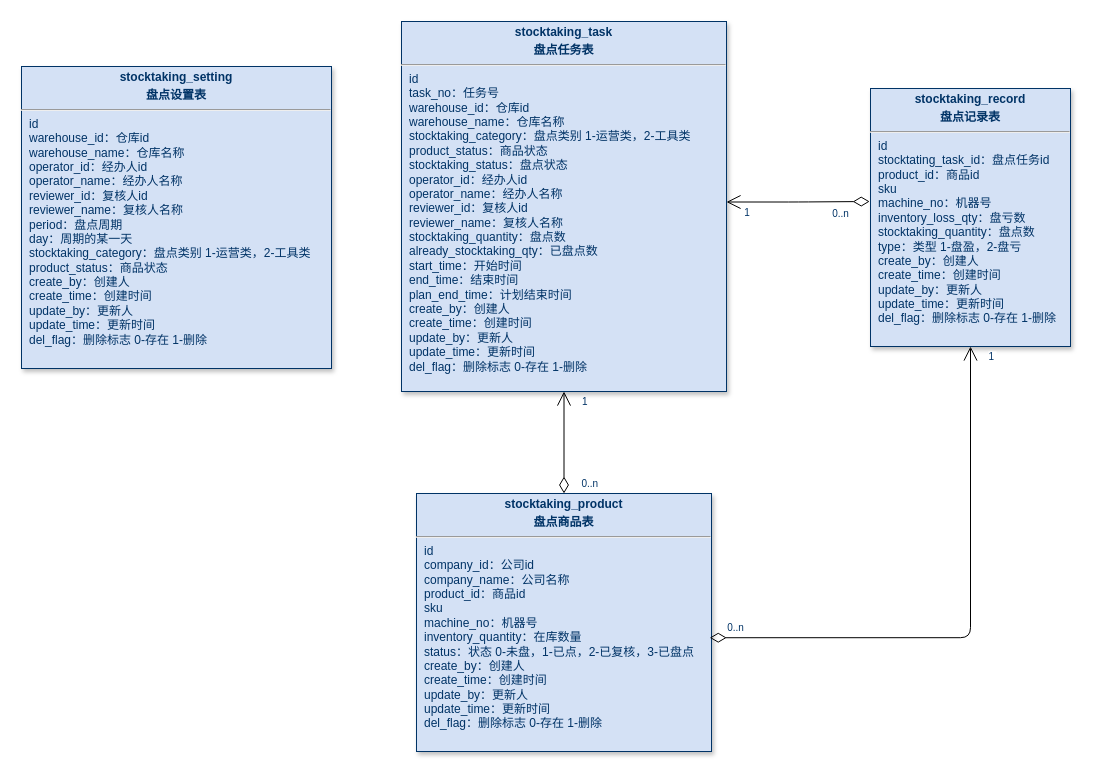
Above: page "第 2 页" (3 of 3) of zq-2.3.0.drawio in KNAI-I/test (draw.io), before the change. Source tidied: cells renumbered, new cells numbered last; positions are measured from the earlier drawing's top-left corner, leaving out a move shared by most shapes. Both pictures are drawn from the tidied source at 100%, with x=0, y=0 at pixel (21, 21).
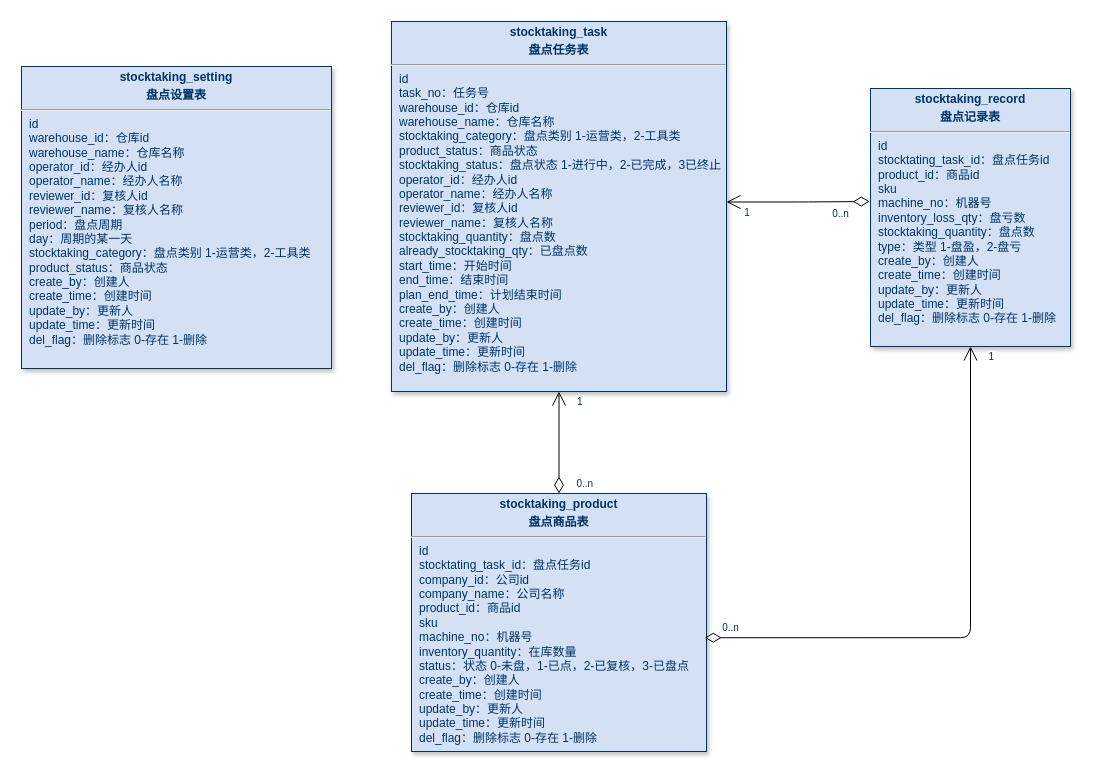
The same diagram, later.

Diff of the diagram source:
```diff
@@
 <mxGraphModel>
   <root>
     <mxCell id="0" />
     <mxCell id="1" parent="0" />
     <mxCell id="2" style="endArrow=open;endSize=12;startArrow=diamondThin;startSize=14;startFill=0;edgeStyle=orthogonalEdgeStyle;entryX=0.5;entryY=1;entryDx=0;entryDy=0;exitX=0.5;exitY=0;exitDx=0;exitDy=0;" parent="1" edge="1" source="7" target="6">
       <mxGeometry x="620" y="340" as="geometry" />
     </mxCell>
     <mxCell id="3" value="0..n" style="align=left;verticalAlign=top;labelBackgroundColor=#ffffff;fontSize=10;strokeColor=#003366;shadow=1;fillColor=#D4E1F5;fontColor=#003366;" parent="2" vertex="1">
       <mxGeometry x="-1" relative="1" as="geometry">
         <mxPoint x="16" y="-22" as="offset" />
       </mxGeometry>
     </mxCell>
     <mxCell id="4" value="1" style="align=right;verticalAlign=top;labelBackgroundColor=#ffffff;fontSize=10;strokeColor=#003366;shadow=1;fillColor=#D4E1F5;fontColor=#003366;" parent="2" vertex="1">
       <mxGeometry x="1" relative="1" as="geometry">
         <mxPoint x="25" y="-2" as="offset" />
       </mxGeometry>
     </mxCell>
     <mxCell id="5" value="&lt;p style=&quot;margin: 4px 0px 0px; text-align: center;&quot;&gt;&lt;b&gt;stocktaking_&lt;/b&gt;&lt;span style=&quot;background-color: transparent; text-align: left;&quot;&gt;&lt;b&gt;setting&lt;/b&gt;&lt;/span&gt;&lt;/p&gt;&lt;p style=&quot;margin: 4px 0px 0px; text-align: center;&quot;&gt;&lt;span style=&quot;background-color: transparent; text-align: left;&quot;&gt;&lt;b&gt;盘点设置表&lt;/b&gt;&lt;/span&gt;&lt;/p&gt;&lt;hr&gt;&lt;p style=&quot;margin: 0px; margin-left: 8px;&quot;&gt;id&lt;/p&gt;&lt;p style=&quot;margin: 0px; margin-left: 8px;&quot;&gt;warehouse_id：仓库id&lt;/p&gt;&lt;p style=&quot;margin: 0px; margin-left: 8px;&quot;&gt;warehouse_name：仓库名称&lt;/p&gt;&lt;p style=&quot;margin: 0px 0px 0px 8px;&quot;&gt;operator_id：经办人id&lt;/p&gt;&lt;p style=&quot;margin: 0px 0px 0px 8px;&quot;&gt;&lt;span style=&quot;background-color: transparent; color: light-dark(rgb(0, 51, 102), rgb(161, 205, 249));&quot;&gt;operator&lt;/span&gt;_name：经办人名称&lt;/p&gt;&lt;p style=&quot;margin: 0px 0px 0px 8px;&quot;&gt;reviewer_id：复核人id&lt;/p&gt;&lt;p style=&quot;margin: 0px 0px 0px 8px;&quot;&gt;reviewer_name：复核人名称&lt;/p&gt;&lt;p style=&quot;margin: 0px; margin-left: 8px;&quot;&gt;period：盘点周期&lt;/p&gt;&lt;p style=&quot;margin: 0px; margin-left: 8px;&quot;&gt;day：周期的某一天&lt;/p&gt;&lt;p style=&quot;margin: 0px; margin-left: 8px;&quot;&gt;stocktaking_category：盘点类别 1-运营类，2-工具类&lt;/p&gt;&lt;p style=&quot;margin: 0px; margin-left: 8px;&quot;&gt;product_status：商品状态&lt;/p&gt;&lt;p style=&quot;margin: 0px 0px 0px 8px;&quot;&gt;create_by：创建人&lt;/p&gt;&lt;p style=&quot;margin: 0px 0px 0px 8px;&quot;&gt;create_time：创建时间&lt;/p&gt;&lt;p style=&quot;margin: 0px 0px 0px 8px;&quot;&gt;update_by：更新人&lt;/p&gt;&lt;p style=&quot;margin: 0px 0px 0px 8px;&quot;&gt;update_time：更新时间&lt;/p&gt;&lt;p style=&quot;margin: 0px 0px 0px 8px;&quot;&gt;del_flag：删除标志 0-存在 1-删除&lt;/p&gt;" style="verticalAlign=top;align=left;overflow=fill;fontSize=12;fontFamily=Helvetica;html=1;strokeColor=#003366;shadow=1;fillColor=#D4E1F5;fontColor=#003366;" parent="1" vertex="1">
       <mxGeometry y="45" width="310" height="302" as="geometry" />
     </mxCell>
-    <mxCell id="6" value="&lt;p style=&quot;margin: 4px 0px 0px; text-align: center;&quot;&gt;&lt;b style=&quot;&quot;&gt;stocktaking_task&lt;/b&gt;&lt;/p&gt;&lt;p style=&quot;margin: 4px 0px 0px; text-align: center;&quot;&gt;&lt;b&gt;盘点任务表&lt;/b&gt;&lt;/p&gt;&lt;hr&gt;&lt;p style=&quot;margin: 0px; margin-left: 8px;&quot;&gt;id&lt;/p&gt;&lt;p style=&quot;margin: 0px; margin-left: 8px;&quot;&gt;task_no：任务号&lt;/p&gt;&lt;p style=&quot;margin: 0px 0px 0px 8px;&quot;&gt;warehouse_id：仓库id&lt;/p&gt;&lt;p style=&quot;margin: 0px 0px 0px 8px;&quot;&gt;&lt;span style=&quot;background-color: transparent; color: light-dark(rgb(0, 51, 102), rgb(161, 205, 249));&quot;&gt;warehouse_name：仓库名称&lt;/span&gt;&lt;/p&gt;&lt;p style=&quot;margin: 0px 0px 0px 8px;&quot;&gt;stocktaking_category：盘点类别 1-运营类，2-工具类&lt;/p&gt;&lt;p style=&quot;margin: 0px; margin-left: 8px;&quot;&gt;&lt;span style=&quot;background-color: transparent; color: light-dark(rgb(0, 51, 102), rgb(161, 205, 249));&quot;&gt;product_status：商品状态&lt;/span&gt;&lt;/p&gt;&lt;p style=&quot;margin: 0px; margin-left: 8px;&quot;&gt;stocktaking_status：盘点状态&lt;/p&gt;&lt;p style=&quot;margin: 0px 0px 0px 8px;&quot;&gt;operator_id：经办人id&lt;/p&gt;&lt;p style=&quot;margin: 0px 0px 0px 8px;&quot;&gt;&lt;span style=&quot;background-color: transparent; color: light-dark(rgb(0, 51, 102), rgb(161, 205, 249));&quot;&gt;operator&lt;/span&gt;_name：经办人名称&lt;/p&gt;&lt;p style=&quot;margin: 0px 0px 0px 8px;&quot;&gt;reviewer_id：复核人id&lt;/p&gt;&lt;p style=&quot;margin: 0px 0px 0px 8px;&quot;&gt;reviewer_name：复核人名称&lt;/p&gt;&lt;p style=&quot;margin: 0px 0px 0px 8px;&quot;&gt;stocktaking_quantity：盘点数&lt;/p&gt;&lt;p style=&quot;margin: 0px 0px 0px 8px;&quot;&gt;already_&lt;span style=&quot;background-color: transparent; color: light-dark(rgb(0, 51, 102), rgb(161, 205, 249));&quot;&gt;stocktaking_qty：已盘点数&lt;/span&gt;&lt;/p&gt;&lt;p style=&quot;margin: 0px 0px 0px 8px;&quot;&gt;start_time：开始时间&lt;/p&gt;&lt;p style=&quot;margin: 0px 0px 0px 8px;&quot;&gt;end_time：结束时间&lt;/p&gt;&lt;p style=&quot;margin: 0px 0px 0px 8px;&quot;&gt;plan_end_time：计划结束时间&lt;/p&gt;&lt;p style=&quot;margin: 0px 0px 0px 8px;&quot;&gt;create_by：创建人&lt;/p&gt;&lt;p style=&quot;margin: 0px 0px 0px 8px;&quot;&gt;create_time：创建时间&lt;/p&gt;&lt;p style=&quot;margin: 0px 0px 0px 8px;&quot;&gt;update_by：更新人&lt;/p&gt;&lt;p style=&quot;margin: 0px 0px 0px 8px;&quot;&gt;update_time：更新时间&lt;/p&gt;&lt;p style=&quot;margin: 0px 0px 0px 8px;&quot;&gt;del_flag：删除标志 0-存在 1-删除&lt;/p&gt;" style="verticalAlign=top;align=left;overflow=fill;fontSize=12;fontFamily=Helvetica;html=1;strokeColor=#003366;shadow=1;fillColor=#D4E1F5;fontColor=#003366;" parent="1" vertex="1">
-      <mxGeometry x="380" width="325" height="370" as="geometry" />
+    <mxCell id="6" value="&lt;p style=&quot;margin: 4px 0px 0px; text-align: center;&quot;&gt;&lt;b style=&quot;&quot;&gt;stocktaking_task&lt;/b&gt;&lt;/p&gt;&lt;p style=&quot;margin: 4px 0px 0px; text-align: center;&quot;&gt;&lt;b&gt;盘点任务表&lt;/b&gt;&lt;/p&gt;&lt;hr&gt;&lt;p style=&quot;margin: 0px; margin-left: 8px;&quot;&gt;id&lt;/p&gt;&lt;p style=&quot;margin: 0px; margin-left: 8px;&quot;&gt;task_no：任务号&lt;/p&gt;&lt;p style=&quot;margin: 0px 0px 0px 8px;&quot;&gt;warehouse_id：仓库id&lt;/p&gt;&lt;p style=&quot;margin: 0px 0px 0px 8px;&quot;&gt;&lt;span style=&quot;background-color: transparent; color: light-dark(rgb(0, 51, 102), rgb(161, 205, 249));&quot;&gt;warehouse_name：仓库名称&lt;/span&gt;&lt;/p&gt;&lt;p style=&quot;margin: 0px 0px 0px 8px;&quot;&gt;stocktaking_category：盘点类别 1-运营类，2-工具类&lt;/p&gt;&lt;p style=&quot;margin: 0px; margin-left: 8px;&quot;&gt;&lt;span style=&quot;background-color: transparent; color: light-dark(rgb(0, 51, 102), rgb(161, 205, 249));&quot;&gt;product_status：商品状态&lt;/span&gt;&lt;/p&gt;&lt;p style=&quot;margin: 0px; margin-left: 8px;&quot;&gt;stocktaking_status：盘点状态 1-进行中，2-已完成，3已终止&lt;/p&gt;&lt;p style=&quot;margin: 0px 0px 0px 8px;&quot;&gt;operator_id：经办人id&lt;/p&gt;&lt;p style=&quot;margin: 0px 0px 0px 8px;&quot;&gt;&lt;span style=&quot;background-color: transparent; color: light-dark(rgb(0, 51, 102), rgb(161, 205, 249));&quot;&gt;operator&lt;/span&gt;_name：经办人名称&lt;/p&gt;&lt;p style=&quot;margin: 0px 0px 0px 8px;&quot;&gt;reviewer_id：复核人id&lt;/p&gt;&lt;p style=&quot;margin: 0px 0px 0px 8px;&quot;&gt;reviewer_name：复核人名称&lt;/p&gt;&lt;p style=&quot;margin: 0px 0px 0px 8px;&quot;&gt;stocktaking_quantity：盘点数&lt;/p&gt;&lt;p style=&quot;margin: 0px 0px 0px 8px;&quot;&gt;already_&lt;span style=&quot;background-color: transparent; color: light-dark(rgb(0, 51, 102), rgb(161, 205, 249));&quot;&gt;stocktaking_qty：已盘点数&lt;/span&gt;&lt;/p&gt;&lt;p style=&quot;margin: 0px 0px 0px 8px;&quot;&gt;start_time：开始时间&lt;/p&gt;&lt;p style=&quot;margin: 0px 0px 0px 8px;&quot;&gt;end_time：结束时间&lt;/p&gt;&lt;p style=&quot;margin: 0px 0px 0px 8px;&quot;&gt;plan_end_time：计划结束时间&lt;/p&gt;&lt;p style=&quot;margin: 0px 0px 0px 8px;&quot;&gt;create_by：创建人&lt;/p&gt;&lt;p style=&quot;margin: 0px 0px 0px 8px;&quot;&gt;create_time：创建时间&lt;/p&gt;&lt;p style=&quot;margin: 0px 0px 0px 8px;&quot;&gt;update_by：更新人&lt;/p&gt;&lt;p style=&quot;margin: 0px 0px 0px 8px;&quot;&gt;update_time：更新时间&lt;/p&gt;&lt;p style=&quot;margin: 0px 0px 0px 8px;&quot;&gt;del_flag：删除标志 0-存在 1-删除&lt;/p&gt;" style="verticalAlign=top;align=left;overflow=fill;fontSize=12;fontFamily=Helvetica;html=1;strokeColor=#003366;shadow=1;fillColor=#D4E1F5;fontColor=#003366;" parent="1" vertex="1">
+      <mxGeometry x="370" width="335" height="370" as="geometry" />
     </mxCell>
-    <mxCell id="7" value="&lt;p style=&quot;margin: 4px 0px 0px; text-align: center;&quot;&gt;&lt;b style=&quot;&quot;&gt;stocktaking_product&lt;/b&gt;&lt;/p&gt;&lt;p style=&quot;margin: 4px 0px 0px; text-align: center;&quot;&gt;&lt;b style=&quot;&quot;&gt;盘点商品表&lt;/b&gt;&lt;/p&gt;&lt;hr&gt;&lt;p style=&quot;margin: 0px; margin-left: 8px;&quot;&gt;id&lt;/p&gt;&lt;p style=&quot;margin: 0px 0px 0px 8px;&quot;&gt;company_id：公司id&lt;/p&gt;&lt;p style=&quot;margin: 0px 0px 0px 8px;&quot;&gt;company_name：公司名称&lt;/p&gt;&lt;p style=&quot;margin: 0px; margin-left: 8px;&quot;&gt;product_id：商品id&lt;/p&gt;&lt;p style=&quot;margin: 0px; margin-left: 8px;&quot;&gt;sku&lt;/p&gt;&lt;p style=&quot;margin: 0px; margin-left: 8px;&quot;&gt;machine_no：机器号&lt;/p&gt;&lt;p style=&quot;margin: 0px; margin-left: 8px;&quot;&gt;inventory_quantity：在库数量&lt;/p&gt;&lt;p style=&quot;margin: 0px; margin-left: 8px;&quot;&gt;status：状态 0-未盘，1-已点，2-已复核，3-已盘点&lt;/p&gt;&lt;p style=&quot;margin: 0px 0px 0px 8px;&quot;&gt;create_by：创建人&lt;/p&gt;&lt;p style=&quot;margin: 0px 0px 0px 8px;&quot;&gt;create_time：创建时间&lt;/p&gt;&lt;p style=&quot;margin: 0px 0px 0px 8px;&quot;&gt;update_by：更新人&lt;/p&gt;&lt;p style=&quot;margin: 0px 0px 0px 8px;&quot;&gt;update_time：更新时间&lt;/p&gt;&lt;p style=&quot;margin: 0px 0px 0px 8px;&quot;&gt;del_flag：删除标志 0-存在 1-删除&lt;/p&gt;" style="verticalAlign=top;align=left;overflow=fill;fontSize=12;fontFamily=Helvetica;html=1;strokeColor=#003366;shadow=1;fillColor=#D4E1F5;fontColor=#003366;" parent="1" vertex="1">
-      <mxGeometry x="395" y="472" width="295" height="258" as="geometry" />
+    <mxCell id="7" value="&lt;p style=&quot;margin: 4px 0px 0px; text-align: center;&quot;&gt;&lt;b style=&quot;&quot;&gt;stocktaking_product&lt;/b&gt;&lt;/p&gt;&lt;p style=&quot;margin: 4px 0px 0px; text-align: center;&quot;&gt;&lt;b style=&quot;&quot;&gt;盘点商品表&lt;/b&gt;&lt;/p&gt;&lt;hr&gt;&lt;p style=&quot;margin: 0px; margin-left: 8px;&quot;&gt;id&lt;/p&gt;&lt;p style=&quot;margin: 0px; margin-left: 8px;&quot;&gt;stocktating_task_id：盘点任务id&lt;/p&gt;&lt;p style=&quot;margin: 0px 0px 0px 8px;&quot;&gt;company_id：公司id&lt;/p&gt;&lt;p style=&quot;margin: 0px 0px 0px 8px;&quot;&gt;company_name：公司名称&lt;/p&gt;&lt;p style=&quot;margin: 0px; margin-left: 8px;&quot;&gt;product_id：商品id&lt;/p&gt;&lt;p style=&quot;margin: 0px; margin-left: 8px;&quot;&gt;sku&lt;/p&gt;&lt;p style=&quot;margin: 0px; margin-left: 8px;&quot;&gt;machine_no：机器号&lt;/p&gt;&lt;p style=&quot;margin: 0px; margin-left: 8px;&quot;&gt;inventory_quantity：在库数量&lt;/p&gt;&lt;p style=&quot;margin: 0px; margin-left: 8px;&quot;&gt;status：状态 0-未盘，1-已点，2-已复核，3-已盘点&lt;/p&gt;&lt;p style=&quot;margin: 0px 0px 0px 8px;&quot;&gt;create_by：创建人&lt;/p&gt;&lt;p style=&quot;margin: 0px 0px 0px 8px;&quot;&gt;create_time：创建时间&lt;/p&gt;&lt;p style=&quot;margin: 0px 0px 0px 8px;&quot;&gt;update_by：更新人&lt;/p&gt;&lt;p style=&quot;margin: 0px 0px 0px 8px;&quot;&gt;update_time：更新时间&lt;/p&gt;&lt;p style=&quot;margin: 0px 0px 0px 8px;&quot;&gt;del_flag：删除标志 0-存在 1-删除&lt;/p&gt;" style="verticalAlign=top;align=left;overflow=fill;fontSize=12;fontFamily=Helvetica;html=1;strokeColor=#003366;shadow=1;fillColor=#D4E1F5;fontColor=#003366;" parent="1" vertex="1">
+      <mxGeometry x="390" y="472" width="295" height="258" as="geometry" />
     </mxCell>
     <mxCell id="8" value="&lt;p style=&quot;margin: 4px 0px 0px; text-align: center;&quot;&gt;&lt;b style=&quot;&quot;&gt;stocktaking_record&lt;/b&gt;&lt;/p&gt;&lt;p style=&quot;margin: 4px 0px 0px; text-align: center;&quot;&gt;&lt;b style=&quot;&quot;&gt;盘点记录表&lt;/b&gt;&lt;/p&gt;&lt;hr&gt;&lt;p style=&quot;margin: 0px; margin-left: 8px;&quot;&gt;id&lt;/p&gt;&lt;p style=&quot;margin: 0px; margin-left: 8px;&quot;&gt;stocktating_task_id：盘点任务id&lt;/p&gt;&lt;p style=&quot;margin: 0px 0px 0px 8px;&quot;&gt;product_id：商品id&lt;/p&gt;&lt;p style=&quot;margin: 0px 0px 0px 8px;&quot;&gt;sku&lt;/p&gt;&lt;p style=&quot;margin: 0px 0px 0px 8px;&quot;&gt;machine_no：机器号&lt;/p&gt;&lt;p style=&quot;margin: 0px 0px 0px 8px;&quot;&gt;inventory_loss_qty：盘亏数&lt;/p&gt;&lt;p style=&quot;margin: 0px 0px 0px 8px;&quot;&gt;stocktaking_quantity：盘点数&lt;/p&gt;&lt;p style=&quot;margin: 0px 0px 0px 8px;&quot;&gt;type：类型 1-盘盈，2-盘亏&lt;/p&gt;&lt;p style=&quot;margin: 0px 0px 0px 8px;&quot;&gt;create_by：创建人&lt;/p&gt;&lt;p style=&quot;margin: 0px 0px 0px 8px;&quot;&gt;create_time：创建时间&lt;/p&gt;&lt;p style=&quot;margin: 0px 0px 0px 8px;&quot;&gt;update_by：更新人&lt;/p&gt;&lt;p style=&quot;margin: 0px 0px 0px 8px;&quot;&gt;update_time：更新时间&lt;/p&gt;&lt;p style=&quot;margin: 0px 0px 0px 8px;&quot;&gt;del_flag：删除标志 0-存在 1-删除&lt;/p&gt;" style="verticalAlign=top;align=left;overflow=fill;fontSize=12;fontFamily=Helvetica;html=1;strokeColor=#003366;shadow=1;fillColor=#D4E1F5;fontColor=#003366;" parent="1" vertex="1">
       <mxGeometry x="849" y="67" width="200" height="258" as="geometry" />
     </mxCell>
     <mxCell id="9" style="endArrow=open;endSize=12;startArrow=diamondThin;startSize=14;startFill=0;edgeStyle=orthogonalEdgeStyle;entryX=1;entryY=0.5;entryDx=0;entryDy=0;exitX=-0.011;exitY=0.544;exitDx=0;exitDy=0;exitPerimeter=0;" parent="1" edge="1">
       <mxGeometry x="620" y="340" as="geometry">
         <mxPoint x="848.2" y="180" as="sourcePoint" />
         <mxPoint x="705" y="180.5" as="targetPoint" />
       </mxGeometry>
     </mxCell>
     <mxCell id="10" value="0..n" style="align=left;verticalAlign=top;labelBackgroundColor=#ffffff;fontSize=10;strokeColor=#003366;shadow=1;fillColor=#D4E1F5;fontColor=#003366;" parent="9" vertex="1">
       <mxGeometry x="-1" relative="1" as="geometry">
         <mxPoint x="-39" as="offset" />
       </mxGeometry>
     </mxCell>
     <mxCell id="11" value="1" style="align=right;verticalAlign=top;labelBackgroundColor=#ffffff;fontSize=10;strokeColor=#003366;shadow=1;fillColor=#D4E1F5;fontColor=#003366;" parent="9" vertex="1">
       <mxGeometry x="1" relative="1" as="geometry">
         <mxPoint x="25" y="-2" as="offset" />
       </mxGeometry>
     </mxCell>
     <mxCell id="12" style="endArrow=open;endSize=12;startArrow=diamondThin;startSize=14;startFill=0;edgeStyle=orthogonalEdgeStyle;entryX=0.5;entryY=1;entryDx=0;entryDy=0;exitX=0.994;exitY=0.559;exitDx=0;exitDy=0;exitPerimeter=0;" parent="1" edge="1" source="7" target="8">
       <mxGeometry x="620" y="340" as="geometry" />
     </mxCell>
     <mxCell id="13" value="0..n" style="align=left;verticalAlign=top;labelBackgroundColor=#ffffff;fontSize=10;strokeColor=#003366;shadow=1;fillColor=#D4E1F5;fontColor=#003366;" parent="12" vertex="1">
       <mxGeometry x="-1" relative="1" as="geometry">
         <mxPoint x="16" y="-22" as="offset" />
       </mxGeometry>
     </mxCell>
     <mxCell id="14" value="1" style="align=right;verticalAlign=top;labelBackgroundColor=#ffffff;fontSize=10;strokeColor=#003366;shadow=1;fillColor=#D4E1F5;fontColor=#003366;" parent="12" vertex="1">
       <mxGeometry x="1" relative="1" as="geometry">
         <mxPoint x="25" y="-2" as="offset" />
       </mxGeometry>
     </mxCell>
   </root>
 </mxGraphModel>
```
